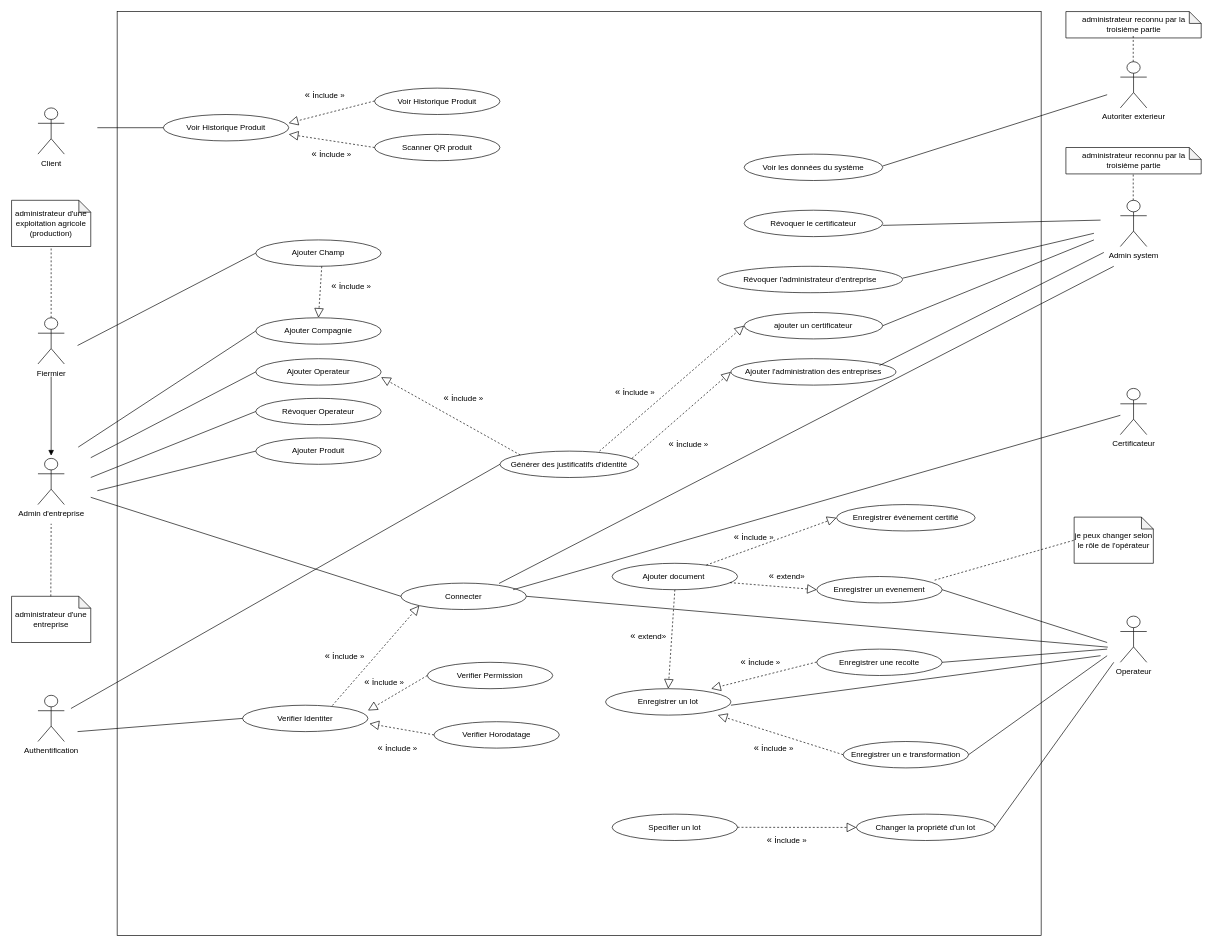
Above: Untitled Diagram.drawio in loosker95/diagramme-de-cas-d-utilisation (draw.io), before the change. Source tidied: cells renumbered, new cells numbered last; positions are measured from the earlier drawing's top-left corner, leaving out a move shared by most shapes. Both pictures are drawn from the tidied source at 66%, with x=0, y=0 at pixel (11, 11).
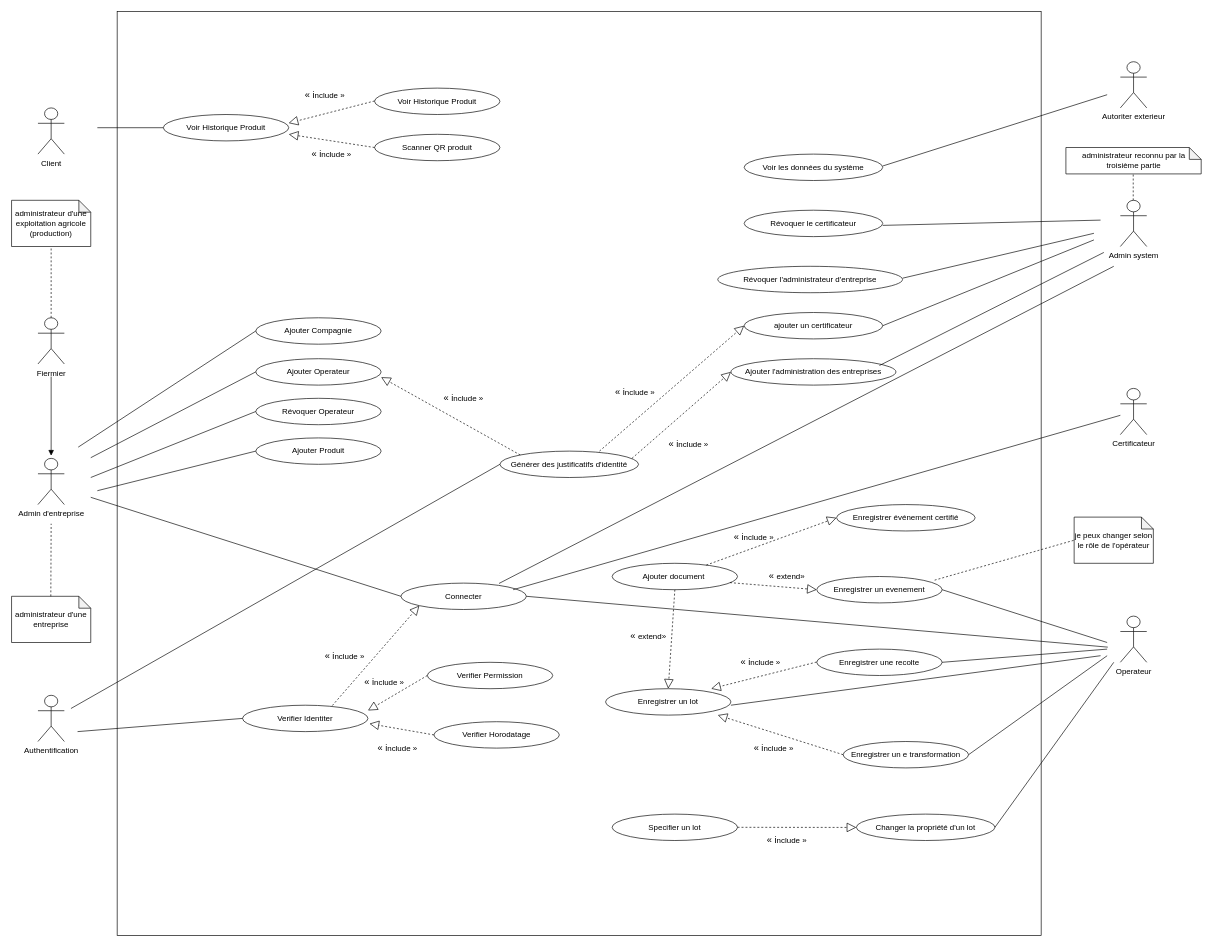
The same diagram, later.

Unchanged cells that the change refers to:
```xml
<mxCell id="20" value="Ajouter Compagnie" style="ellipse;whiteSpace=wrap;html=1;" parent="1" vertex="1">
  <mxGeometry x="370" y="464" width="190" height="40" as="geometry" />
</mxCell>
```

The edit, as a diff of the source:
```diff
@@
-    <mxCell id="17" value="Ajouter Champ" style="ellipse;whiteSpace=wrap;html=1;" parent="1" vertex="1">
-      <mxGeometry x="370" y="346" width="190" height="40" as="geometry" />
-    </mxCell>
@@
-    <mxCell id="22" style="endArrow=none;html=1;entryX=0;entryY=0.5;entryDx=0;entryDy=0;" parent="1" edge="1" target="17">
-      <mxGeometry relative="1" as="geometry">
-        <mxPoint x="100" y="506" as="sourcePoint" />
-      </mxGeometry>
-    </mxCell>
@@
-    <mxCell id="29" style="endArrow=block;dashed=1;endFill=0;endSize=12;html=1;exitX=0;exitY=0.5;exitDx=0;exitDy=0;entryX=0.5;entryY=0;entryDx=0;entryDy=0;" parent="1" edge="1" target="20">
-      <mxGeometry relative="1" as="geometry">
-        <mxPoint x="470" y="386" as="sourcePoint" />
-      </mxGeometry>
-    </mxCell>
@@
-    <mxCell id="81" value="administrateur reconnu par la troisième partie" style="shape=note;whiteSpace=wrap;html=1;backgroundOutline=1;darkOpacity=0.05;size=18;" parent="1" vertex="1">
-      <mxGeometry x="1597.5" width="205" height="40" as="geometry" />
-    </mxCell>
@@
-    <mxCell id="83" style="endArrow=none;dashed=1;html=1;" parent="1" edge="1">
-      <mxGeometry relative="1" as="geometry">
-        <mxPoint x="1699.5" y="76" as="sourcePoint" />
-        <mxPoint x="1699.5" y="36" as="targetPoint" />
-      </mxGeometry>
-    </mxCell>
@@
-    <mxCell id="87" value="&lt;span style=&quot;font-family: &amp;#34;arial&amp;#34; , sans-serif ; font-size: 14px ; text-align: left&quot;&gt;« i&lt;/span&gt;nclude »" style="text;html=1;strokeColor=none;fillColor=none;align=center;verticalAlign=middle;whiteSpace=wrap;rounded=0;" parent="1" vertex="1">
-      <mxGeometry x="480" y="406" width="70" height="20" as="geometry" />
-    </mxCell>
```
